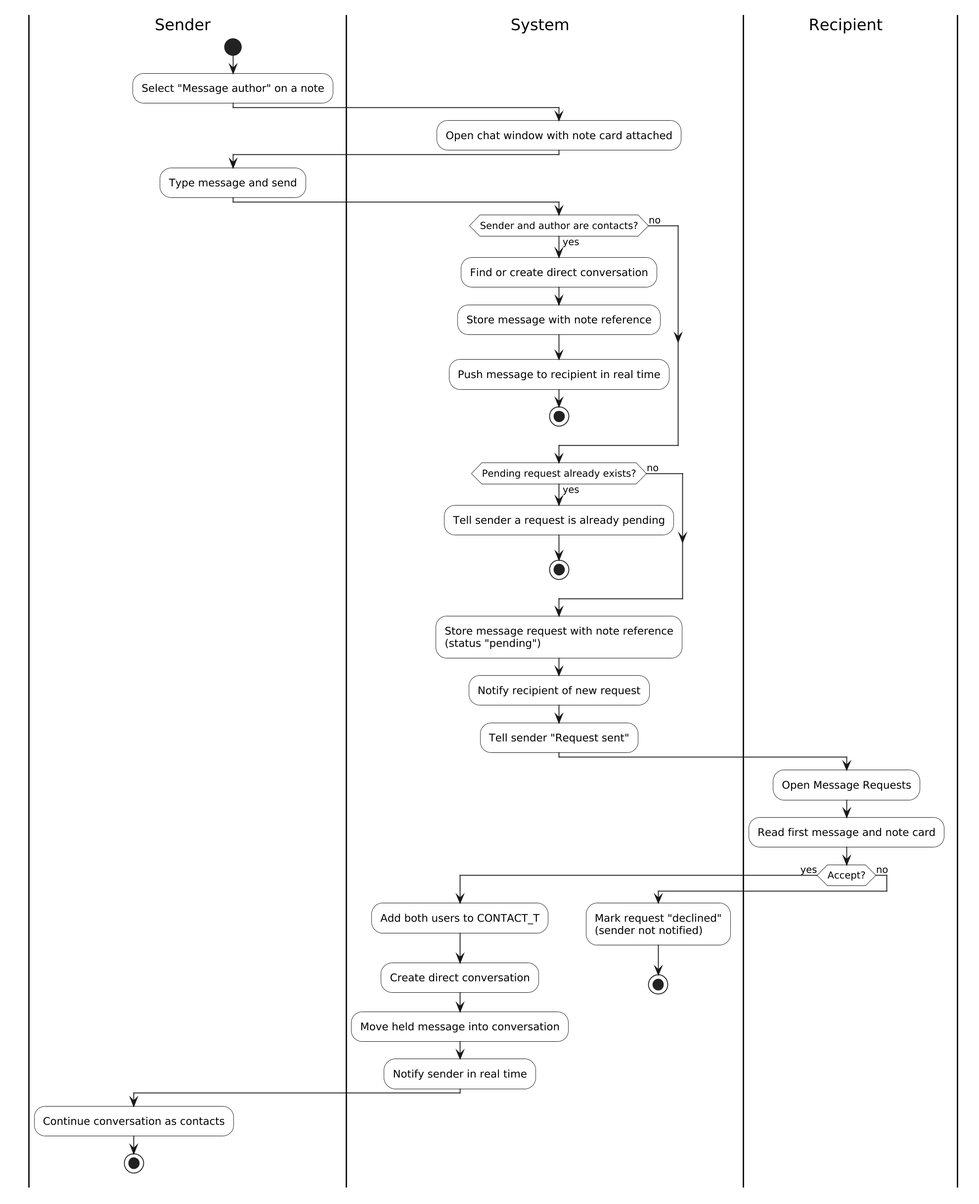
This is docs/chapter4/diagrams/png/act_post_anchored_message.png from qicai14/NotaLah, a PlantUML export, as it was before one commit. The source it was exported from:
```plantuml
@startuml act_post_anchored_message
skinparam shadowing false
skinparam monochrome true
skinparam defaultFontName Arial
skinparam dpi 170
skinparam ActivityBackgroundColor white
skinparam SwimlaneWidth same
|Sender|
start
:Select "Message author" on a note;
|System|
:Open chat window with note card attached;
|Sender|
:Type message and send;
|System|
if (Sender and author are contacts?) then (yes)
  :Find or create direct conversation;
  :Store message with note reference;
  :Push message to recipient in real time;
  stop
else (no)
endif
if (Pending request already exists?) then (yes)
  :Tell sender a request is already pending;
  stop
else (no)
endif
:Store message request with note reference\n(status "pending");
:Notify recipient of new request;
:Tell sender "Request sent";
|Recipient|
:Open Message Requests;
:Read first message and note card;
if (Accept?) then (yes)
  |System|
  :Add both users to CONTACT_T;
  :Create direct conversation;
  :Move held message into conversation;
  :Notify sender in real time;
  |Sender|
  :Continue conversation as contacts;
  stop
else (no)
  |System|
  :Mark request "declined"\n(sender not notified);
  stop
endif
@enduml
```
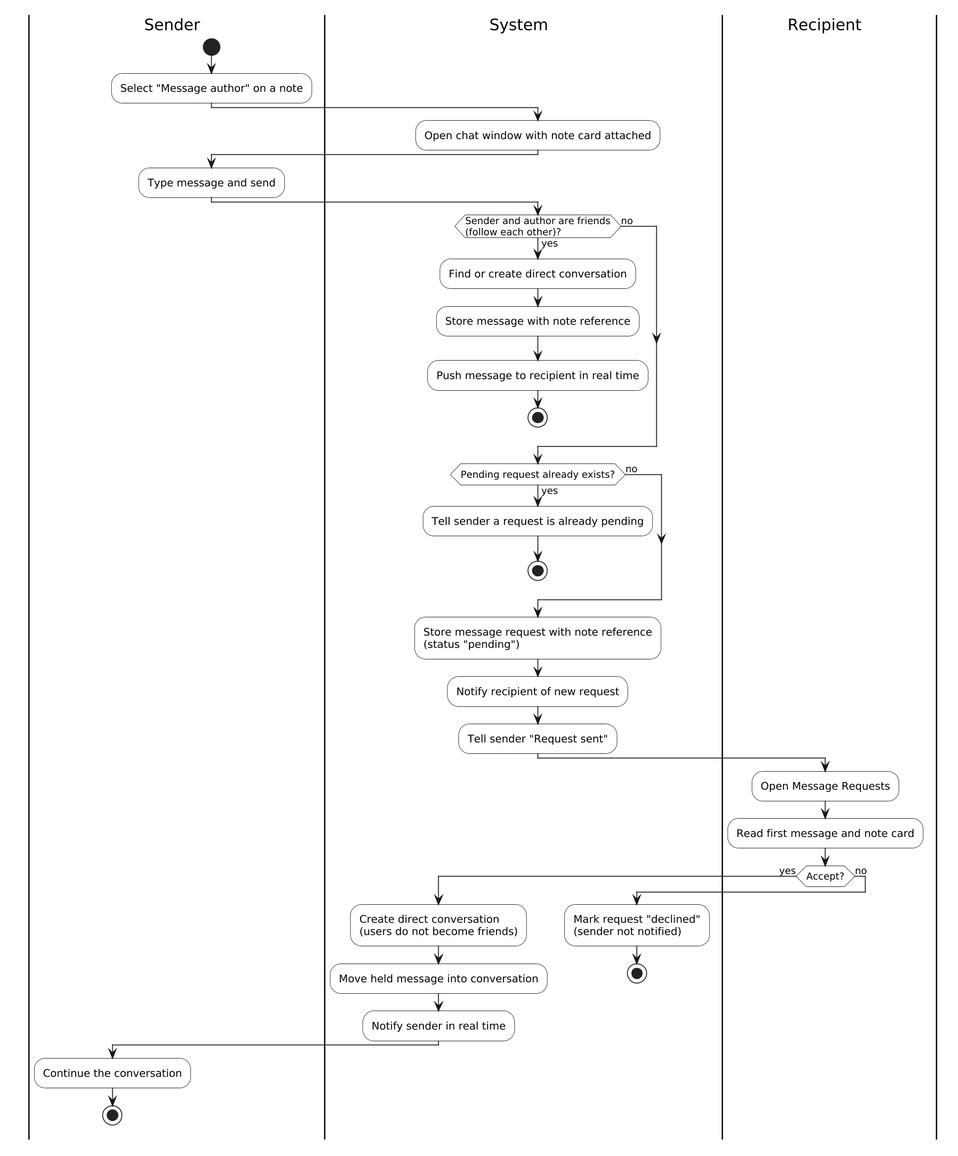
Later version of the same file.

Commit message:
Update ERD and contact diagrams for follows, snapshot, rate limit

Change to the diagram source:
```diff
@@ -13,7 +13,7 @@
 |Sender|
 :Type message and send;
 |System|
-if (Sender and author are contacts?) then (yes)
+if (Sender and author are friends\n(follow each other)?) then (yes)
   :Find or create direct conversation;
   :Store message with note reference;
   :Push message to recipient in real time;
@@ -33,12 +33,11 @@
 :Read first message and note card;
 if (Accept?) then (yes)
   |System|
-  :Add both users to CONTACT_T;
-  :Create direct conversation;
+  :Create direct conversation\n(users do not become friends);
   :Move held message into conversation;
   :Notify sender in real time;
   |Sender|
-  :Continue conversation as contacts;
+  :Continue the conversation;
   stop
 else (no)
   |System|
```
